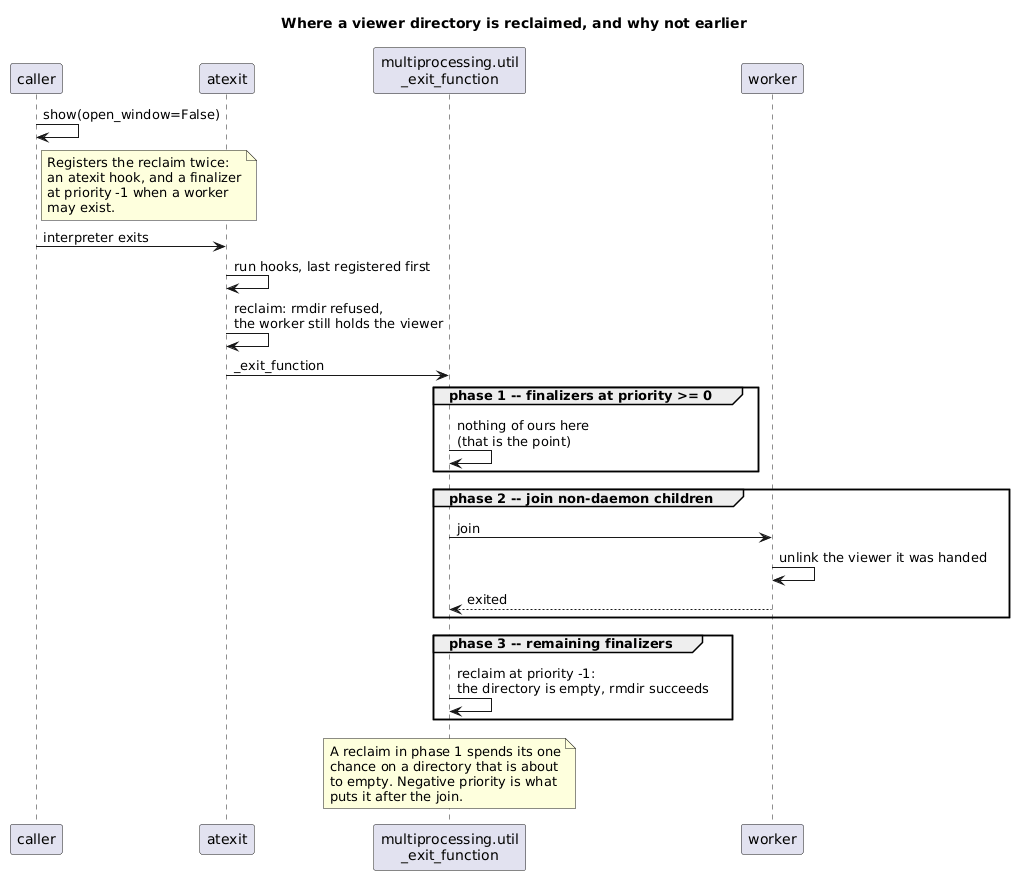
Earlier version of the PlantUML export docs/source/explanations/visualization/exit_phases.puml.png (HansBug/pyfcstm).
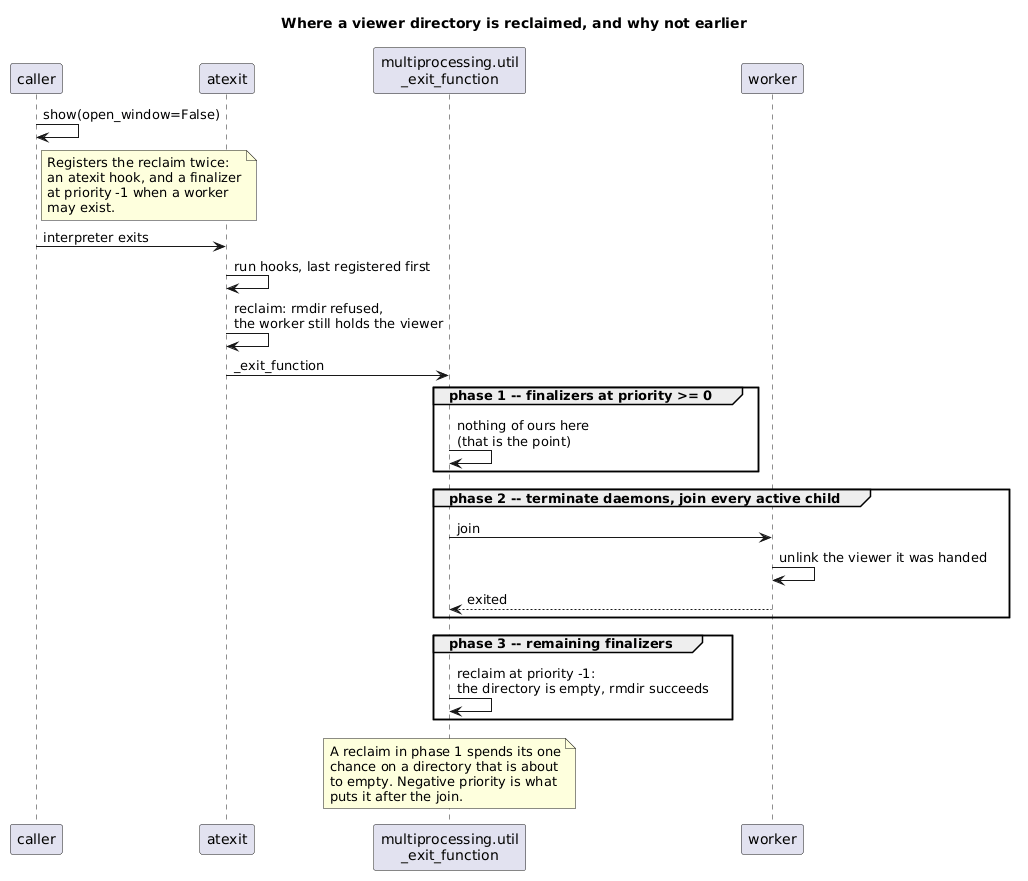
After the change.

Diff of the diagram source:
```diff
@@ -23,7 +23,7 @@
   U -> U: nothing of ours here\n(that is the point)
 end
 
-group phase 2 -- join non-daemon children
+group phase 2 -- terminate daemons, join every active child
   U -> W: join
   W -> W: unlink the viewer it was handed
   W --> U: exited
```
